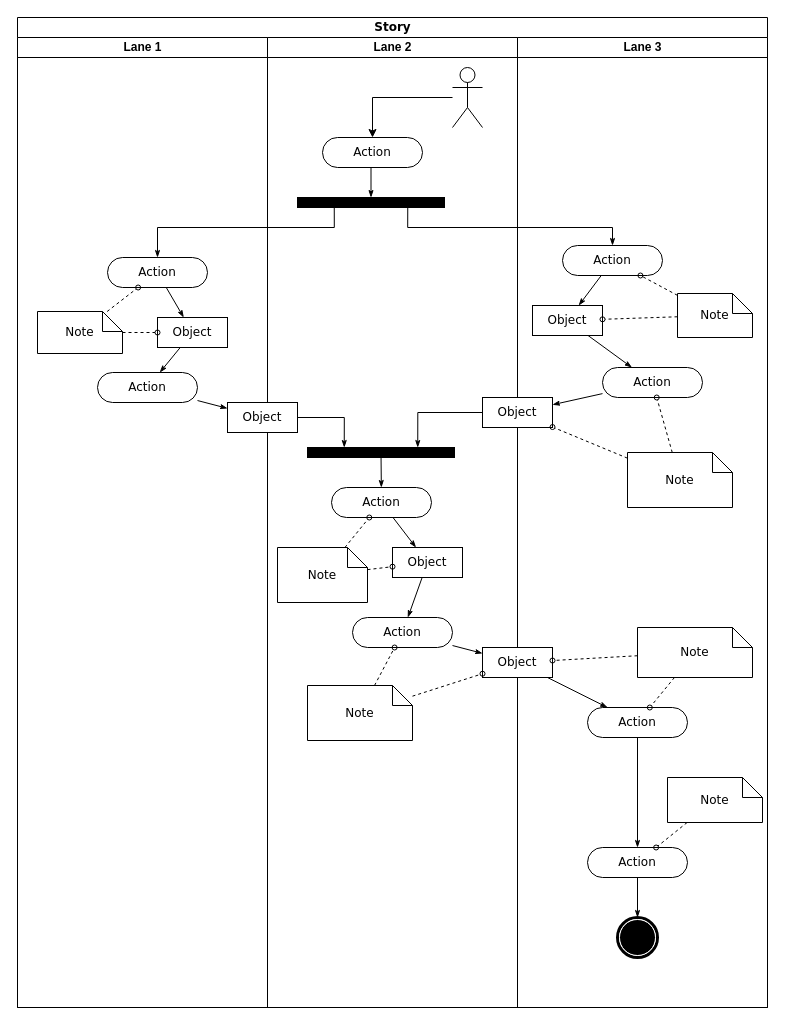
The draw.io diagram page "关卡流程图" (1 of 2) of Tools/LevelDesignUML/LevelDesignUML_EP_10.drawio in kwh3884858/Hippocampus, before the edit. Source tidied: cells renumbered, new cells numbered last; positions are measured from the earlier drawing's top-left corner, leaving out a move shared by most shapes. Both pictures are drawn from the tidied source at 100%, with x=0, y=0 at pixel (17, 17).
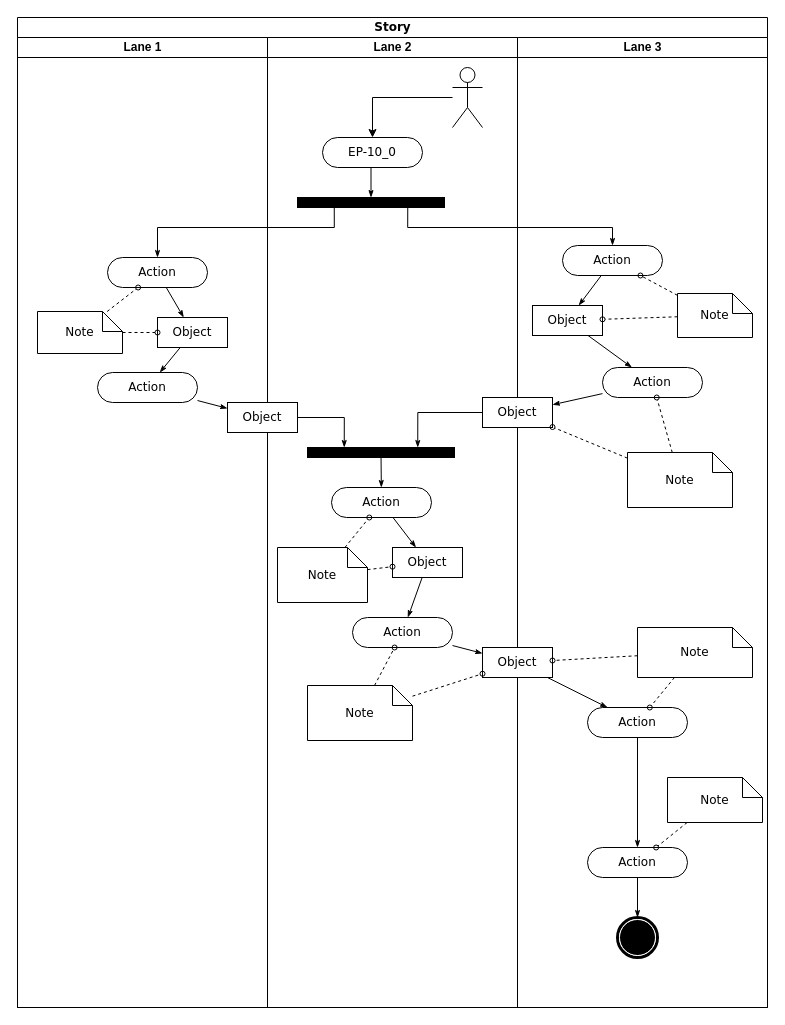
The same diagram, later.

The change refers to these unchanged cells:
```xml
<mxCell id="12" value="Lane 2" style="swimlane;html=1;startSize=20;" parent="2" vertex="1">
  <mxGeometry x="250" y="20" width="250" height="970" as="geometry" />
</mxCell>
```

What changed in the source:
```diff
@@
-    <mxCell id="28" value="Action" style="rounded=1;whiteSpace=wrap;html=1;shadow=0;comic=0;labelBackgroundColor=none;strokeWidth=1;fontFamily=Verdana;fontSize=12;align=center;arcSize=50;" parent="12" vertex="1">
+    <mxCell id="28" value="EP-10_0" style="rounded=1;whiteSpace=wrap;html=1;shadow=0;comic=0;labelBackgroundColor=none;strokeWidth=1;fontFamily=Verdana;fontSize=12;align=center;arcSize=50;" parent="12" vertex="1">
       <mxGeometry x="55" y="100" width="100" height="30" as="geometry" />
     </mxCell>
```
